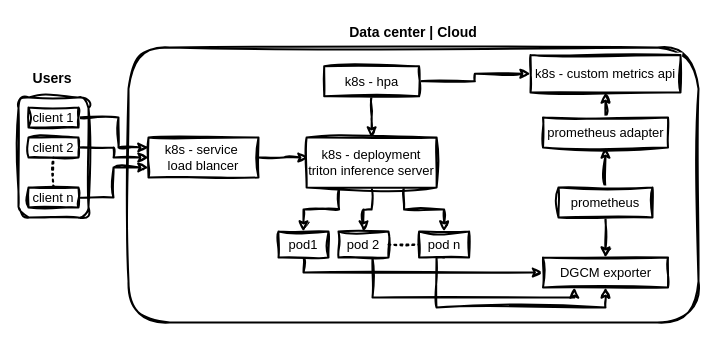
Before: docs/triton-server-hps_architecture.drawio.xml in uzunenes/triton-server-hpa, a draw.io diagram. Source tidied: cells renumbered, new cells numbered last; positions are measured from the earlier drawing's top-left corner, leaving out a move shared by most shapes. Both pictures are drawn from the tidied source at 100%, with x=0, y=0 at pixel (18, 17).
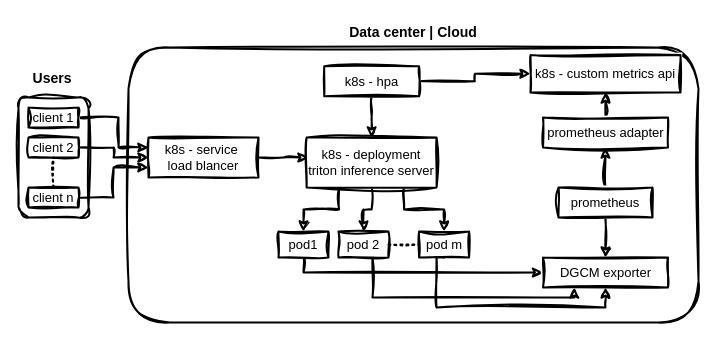
After the change.

Change to the diagram source:
```diff
@@
-    <mxCell id="31" value="pod n" style="rounded=0;whiteSpace=wrap;html=1;fontFamily=Helvetica;fontSize=13;labelBackgroundColor=default;strokeWidth=2;strokeColor=light-dark(#000000,#000000);textShadow=0;labelBorderColor=none;shadow=0;sketch=1;curveFitting=1;jiggle=2;" parent="1" vertex="1">
+    <mxCell id="31" value="pod m" style="rounded=0;whiteSpace=wrap;html=1;fontFamily=Helvetica;fontSize=13;labelBackgroundColor=default;strokeWidth=2;strokeColor=light-dark(#000000,#000000);textShadow=0;labelBorderColor=none;shadow=0;sketch=1;curveFitting=1;jiggle=2;" parent="1" vertex="1">
       <mxGeometry x="400.6" y="214" width="50" height="26" as="geometry" />
     </mxCell>
```
